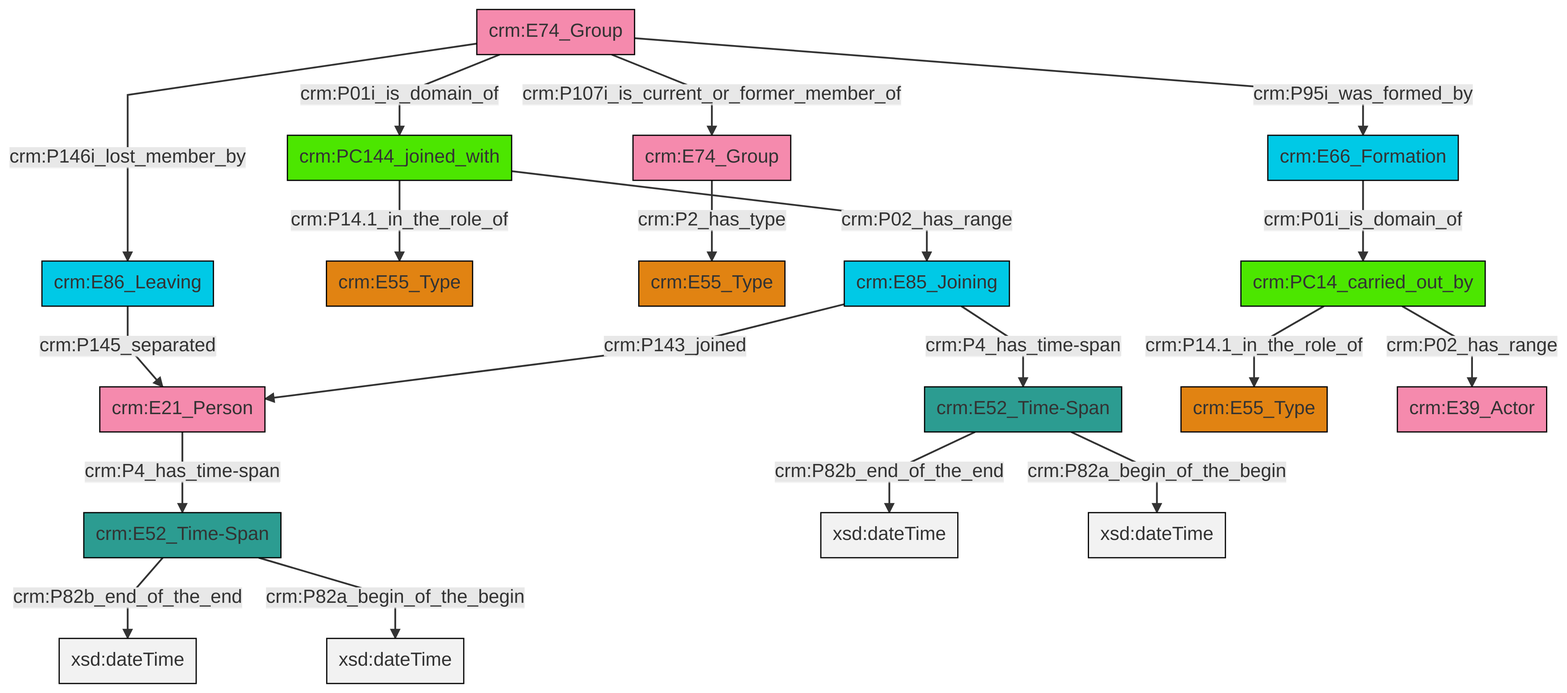
Before: et/groupCSV/ttl/mmd/png/group_actor_relations.png, a diagram exported from Mermaid (swiss-art-research-net/reference-data-models). Its source is kept beside it as et/groupCSV/ttl/mmd/group_actor_relations.ttl.mmd.
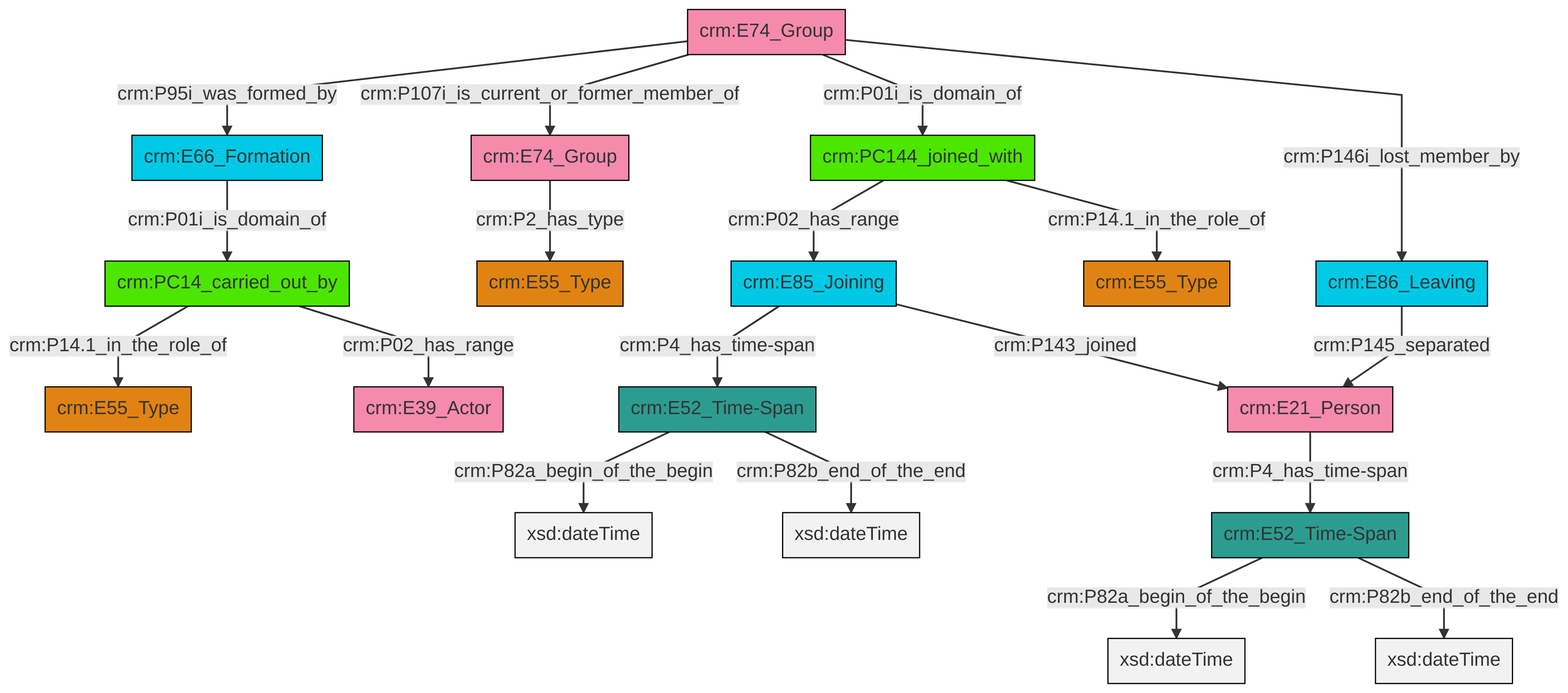
Later version of the same file.

What changed in the source:
```diff
@@ -13,21 +13,21 @@
 classDef PC_Classes fill:#4ce600, stroke:#000000;
 classDef Multi fill:#cccccc,stroke:#000000;
 
-4["crm:E21_Person"]:::Actor -->|crm:P4_has_time-span| 0["crm:E52_Time-Span"]:::Time-Span
-5["crm:E86_Leaving"]:::Temporal_Entity -->|crm:P145_separated| 4["crm:E21_Person"]:::Actor
-2["crm:PC144_joined_with"]:::PC_Classes -->|crm:P14.1_in_the_role_of| 6["crm:E55_Type"]:::Type
-7["crm:E52_Time-Span"]:::Time-Span -->|crm:P82b_end_of_the_end| 16[xsd:dateTime]:::Literal
-17["crm:E85_Joining"]:::Temporal_Entity -->|crm:P4_has_time-span| 7["crm:E52_Time-Span"]:::Time-Span
-18["crm:PC14_carried_out_by"]:::PC_Classes -->|crm:P02_has_range| 19["crm:E39_Actor"]:::Actor
-0["crm:E52_Time-Span"]:::Time-Span -->|crm:P82b_end_of_the_end| 20[xsd:dateTime]:::Literal
-22["crm:E74_Group"]:::Actor -->|crm:P146i_lost_member_by| 5["crm:E86_Leaving"]:::Temporal_Entity
-17["crm:E85_Joining"]:::Temporal_Entity -->|crm:P143_joined| 4["crm:E21_Person"]:::Actor
-11["crm:E74_Group"]:::Actor -->|crm:P2_has_type| 9["crm:E55_Type"]:::Type
-22["crm:E74_Group"]:::Actor -->|crm:P107i_is_current_or_former_member_of| 11["crm:E74_Group"]:::Actor
-0["crm:E52_Time-Span"]:::Time-Span -->|crm:P82a_begin_of_the_begin| 29[xsd:dateTime]:::Literal
-22["crm:E74_Group"]:::Actor -->|crm:P95i_was_formed_by| 25["crm:E66_Formation"]:::Temporal_Entity
-22["crm:E74_Group"]:::Actor -->|crm:P01i_is_domain_of| 2["crm:PC144_joined_with"]:::PC_Classes
-18["crm:PC14_carried_out_by"]:::PC_Classes -->|crm:P14.1_in_the_role_of| 13["crm:E55_Type"]:::Type
-7["crm:E52_Time-Span"]:::Time-Span -->|crm:P82a_begin_of_the_begin| 33[xsd:dateTime]:::Literal
-25["crm:E66_Formation"]:::Temporal_Entity -->|crm:P01i_is_domain_of| 18["crm:PC14_carried_out_by"]:::PC_Classes
-2["crm:PC144_joined_with"]:::PC_Classes -->|crm:P02_has_range| 17["crm:E85_Joining"]:::Temporal_Entity
+0["crm:E74_Group"]:::Actor -->|crm:P95i_was_formed_by| 1["crm:E66_Formation"]:::Temporal_Entity
+2["crm:E85_Joining"]:::Temporal_Entity -->|crm:P4_has_time-span| 4["crm:E52_Time-Span"]:::Time-Span
+0["crm:E74_Group"]:::Actor -->|crm:P107i_is_current_or_former_member_of| 7["crm:E74_Group"]:::Actor
+8["crm:E52_Time-Span"]:::Time-Span -->|crm:P82a_begin_of_the_begin| 9[xsd:dateTime]:::Literal
+4["crm:E52_Time-Span"]:::Time-Span -->|crm:P82a_begin_of_the_begin| 10[xsd:dateTime]:::Literal
+1["crm:E66_Formation"]:::Temporal_Entity -->|crm:P01i_is_domain_of| 11["crm:PC14_carried_out_by"]:::PC_Classes
+2["crm:E85_Joining"]:::Temporal_Entity -->|crm:P143_joined| 13["crm:E21_Person"]:::Actor
+5["crm:E86_Leaving"]:::Temporal_Entity -->|crm:P145_separated| 13["crm:E21_Person"]:::Actor
+11["crm:PC14_carried_out_by"]:::PC_Classes -->|crm:P14.1_in_the_role_of| 19["crm:E55_Type"]:::Type
+8["crm:E52_Time-Span"]:::Time-Span -->|crm:P82b_end_of_the_end| 20[xsd:dateTime]:::Literal
+13["crm:E21_Person"]:::Actor -->|crm:P4_has_time-span| 8["crm:E52_Time-Span"]:::Time-Span
+11["crm:PC14_carried_out_by"]:::PC_Classes -->|crm:P02_has_range| 17["crm:E39_Actor"]:::Actor
+0["crm:E74_Group"]:::Actor -->|crm:P01i_is_domain_of| 25["crm:PC144_joined_with"]:::PC_Classes
+7["crm:E74_Group"]:::Actor -->|crm:P2_has_type| 23["crm:E55_Type"]:::Type
+25["crm:PC144_joined_with"]:::PC_Classes -->|crm:P02_has_range| 2["crm:E85_Joining"]:::Temporal_Entity
+0["crm:E74_Group"]:::Actor -->|crm:P146i_lost_member_by| 5["crm:E86_Leaving"]:::Temporal_Entity
+25["crm:PC144_joined_with"]:::PC_Classes -->|crm:P14.1_in_the_role_of| 14["crm:E55_Type"]:::Type
+4["crm:E52_Time-Span"]:::Time-Span -->|crm:P82b_end_of_the_end| 34[xsd:dateTime]:::Literal
```
